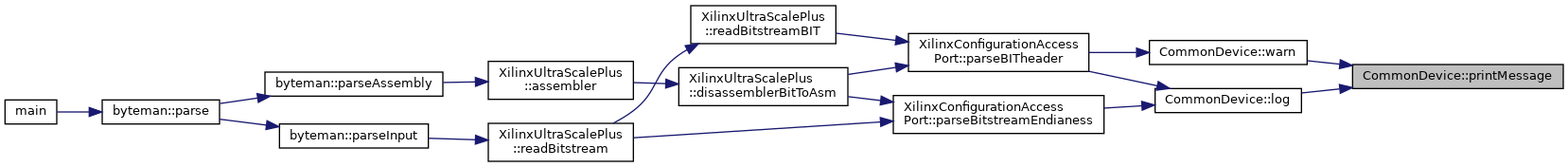
This is classCommonDevice_af047ea6fd9b60bae9fcc94a7d8859657_icgraph.png from FPGA-Research-Manchester/byteman, a Graphviz export, as it was before one commit. Its source is kept beside it as classCommonDevice_af047ea6fd9b60bae9fcc94a7d8859657_icgraph.dot.
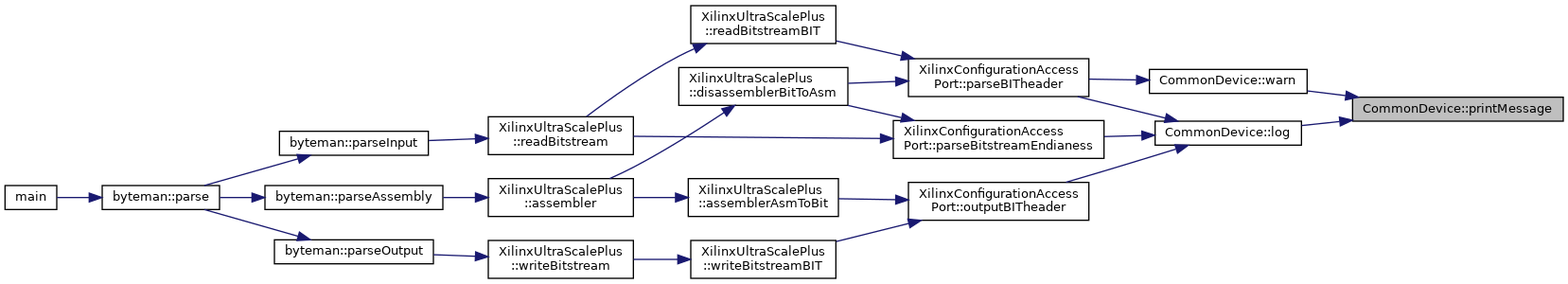
Later version of the same file.

Change to the diagram source:
```diff
@@ -7,9 +7,9 @@
   Node1 -> Node2 [dir="back",color="midnightblue",fontsize="10",style="solid",fontname="Helvetica"];
   Node2 [label="CommonDevice::log",height=0.2,width=0.4,color="black", fillcolor="white", style="filled",URL="$classCommonDevice.html#aa42337dfb4b5ff34a063c2145ab87478",tooltip=" "];
   Node2 -> Node3 [dir="back",color="midnightblue",fontsize="10",style="solid",fontname="Helvetica"];
-  Node3 [label="XilinxConfigurationAccess\lPort::parseBITheader",height=0.2,width=0.4,color="black", fillcolor="white", style="filled",URL="$classXilinxConfigurationAccessPort.html#a0eb1cd9757987010e6879268ae412b4e",tooltip=" "];
+  Node3 [label="XilinxConfigurationAccess\lPort::outputBITheader",height=0.2,width=0.4,color="black", fillcolor="white", style="filled",URL="$classXilinxConfigurationAccessPort.html#a80c8f1b9404adad15c0eb26612e0f028",tooltip=" "];
   Node3 -> Node4 [dir="back",color="midnightblue",fontsize="10",style="solid",fontname="Helvetica"];
-  Node4 [label="XilinxUltraScalePlus\l::disassemblerBitToAsm",height=0.2,width=0.4,color="black", fillcolor="white", style="filled",URL="$classXilinxUltraScalePlus.html#a54f9af4b6723a99c0b9e8e9c9b424d00",tooltip=" "];
+  Node4 [label="XilinxUltraScalePlus\l::assemblerAsmToBit",height=0.2,width=0.4,color="black", fillcolor="white", style="filled",URL="$classXilinxUltraScalePlus.html#a058802c627c4177c6fd88ca079551207",tooltip=" "];
   Node4 -> Node5 [dir="back",color="midnightblue",fontsize="10",style="solid",fontname="Helvetica"];
   Node5 [label="XilinxUltraScalePlus\l::assembler",height=0.2,width=0.4,color="black", fillcolor="white", style="filled",URL="$classXilinxUltraScalePlus.html#a53e5f6ec962f1f2a961f90b8b9e90e10",tooltip=" "];
   Node5 -> Node6 [dir="back",color="midnightblue",fontsize="10",style="solid",fontname="Helvetica"];
@@ -19,17 +19,29 @@
   Node7 -> Node8 [dir="back",color="midnightblue",fontsize="10",style="solid",fontname="Helvetica"];
   Node8 [label="main",height=0.2,width=0.4,color="black", fillcolor="white", style="filled",URL="$byteman_8cpp.html#a0ddf1224851353fc92bfbff6f499fa97",tooltip=" "];
   Node3 -> Node9 [dir="back",color="midnightblue",fontsize="10",style="solid",fontname="Helvetica"];
-  Node9 [label="XilinxUltraScalePlus\l::readBitstreamBIT",height=0.2,width=0.4,color="black", fillcolor="white", style="filled",URL="$classXilinxUltraScalePlus.html#a62dea738808396d7d520f26d8e5594d2",tooltip=" "];
+  Node9 [label="XilinxUltraScalePlus\l::writeBitstreamBIT",height=0.2,width=0.4,color="black", fillcolor="white", style="filled",URL="$classXilinxUltraScalePlus.html#aafc764306446548f9127f3e30759af49",tooltip=" "];
   Node9 -> Node10 [dir="back",color="midnightblue",fontsize="10",style="solid",fontname="Helvetica"];
-  Node10 [label="XilinxUltraScalePlus\l::readBitstream",height=0.2,width=0.4,color="black", fillcolor="white", style="filled",URL="$classXilinxUltraScalePlus.html#a0e5d08a2e5c37a29a1a04d50b48739d2",tooltip=" "];
+  Node10 [label="XilinxUltraScalePlus\l::writeBitstream",height=0.2,width=0.4,color="black", fillcolor="white", style="filled",URL="$classXilinxUltraScalePlus.html#a7f2a7c34766d004adc6f1cfe1bdd62e7",tooltip=" "];
   Node10 -> Node11 [dir="back",color="midnightblue",fontsize="10",style="solid",fontname="Helvetica"];
-  Node11 [label="byteman::parseInput",height=0.2,width=0.4,color="black", fillcolor="white", style="filled",URL="$classbyteman.html#ac217ac1dbc512bf44a70b147c0ceff04",tooltip=" "];
+  Node11 [label="byteman::parseOutput",height=0.2,width=0.4,color="black", fillcolor="white", style="filled",URL="$classbyteman.html#a2ff1e5c9e9b542e9f74768b296ace32f",tooltip=" "];
   Node11 -> Node7 [dir="back",color="midnightblue",fontsize="10",style="solid",fontname="Helvetica"];
   Node2 -> Node12 [dir="back",color="midnightblue",fontsize="10",style="solid",fontname="Helvetica"];
-  Node12 [label="XilinxConfigurationAccess\lPort::parseBitstreamEndianess",height=0.2,width=0.4,color="black", fillcolor="white", style="filled",URL="$classXilinxConfigurationAccessPort.html#aa9ff2ea1e4257936ddeda62415f863c8",tooltip=" "];
-  Node12 -> Node4 [dir="back",color="midnightblue",fontsize="10",style="solid",fontname="Helvetica"];
-  Node12 -> Node10 [dir="back",color="midnightblue",fontsize="10",style="solid",fontname="Helvetica"];
-  Node1 -> Node13 [dir="back",color="midnightblue",fontsize="10",style="solid",fontname="Helvetica"];
-  Node13 [label="CommonDevice::warn",height=0.2,width=0.4,color="black", fillcolor="white", style="filled",URL="$classCommonDevice.html#aff50b99a44e085a1edb93cc9be817b8f",tooltip=" "];
-  Node13 -> Node3 [dir="back",color="midnightblue",fontsize="10",style="solid",fontname="Helvetica"];
+  Node12 [label="XilinxConfigurationAccess\lPort::parseBITheader",height=0.2,width=0.4,color="black", fillcolor="white", style="filled",URL="$classXilinxConfigurationAccessPort.html#a0eb1cd9757987010e6879268ae412b4e",tooltip=" "];
+  Node12 -> Node13 [dir="back",color="midnightblue",fontsize="10",style="solid",fontname="Helvetica"];
+  Node13 [label="XilinxUltraScalePlus\l::disassemblerBitToAsm",height=0.2,width=0.4,color="black", fillcolor="white", style="filled",URL="$classXilinxUltraScalePlus.html#a54f9af4b6723a99c0b9e8e9c9b424d00",tooltip=" "];
+  Node13 -> Node5 [dir="back",color="midnightblue",fontsize="10",style="solid",fontname="Helvetica"];
+  Node12 -> Node14 [dir="back",color="midnightblue",fontsize="10",style="solid",fontname="Helvetica"];
+  Node14 [label="XilinxUltraScalePlus\l::readBitstreamBIT",height=0.2,width=0.4,color="black", fillcolor="white", style="filled",URL="$classXilinxUltraScalePlus.html#a62dea738808396d7d520f26d8e5594d2",tooltip=" "];
+  Node14 -> Node15 [dir="back",color="midnightblue",fontsize="10",style="solid",fontname="Helvetica"];
+  Node15 [label="XilinxUltraScalePlus\l::readBitstream",height=0.2,width=0.4,color="black", fillcolor="white", style="filled",URL="$classXilinxUltraScalePlus.html#a0e5d08a2e5c37a29a1a04d50b48739d2",tooltip=" "];
+  Node15 -> Node16 [dir="back",color="midnightblue",fontsize="10",style="solid",fontname="Helvetica"];
+  Node16 [label="byteman::parseInput",height=0.2,width=0.4,color="black", fillcolor="white", style="filled",URL="$classbyteman.html#ac217ac1dbc512bf44a70b147c0ceff04",tooltip=" "];
+  Node16 -> Node7 [dir="back",color="midnightblue",fontsize="10",style="solid",fontname="Helvetica"];
+  Node2 -> Node17 [dir="back",color="midnightblue",fontsize="10",style="solid",fontname="Helvetica"];
+  Node17 [label="XilinxConfigurationAccess\lPort::parseBitstreamEndianess",height=0.2,width=0.4,color="black", fillcolor="white", style="filled",URL="$classXilinxConfigurationAccessPort.html#aa9ff2ea1e4257936ddeda62415f863c8",tooltip=" "];
+  Node17 -> Node13 [dir="back",color="midnightblue",fontsize="10",style="solid",fontname="Helvetica"];
+  Node17 -> Node15 [dir="back",color="midnightblue",fontsize="10",style="solid",fontname="Helvetica"];
+  Node1 -> Node18 [dir="back",color="midnightblue",fontsize="10",style="solid",fontname="Helvetica"];
+  Node18 [label="CommonDevice::warn",height=0.2,width=0.4,color="black", fillcolor="white", style="filled",URL="$classCommonDevice.html#aff50b99a44e085a1edb93cc9be817b8f",tooltip=" "];
+  Node18 -> Node12 [dir="back",color="midnightblue",fontsize="10",style="solid",fontname="Helvetica"];
 }
```
